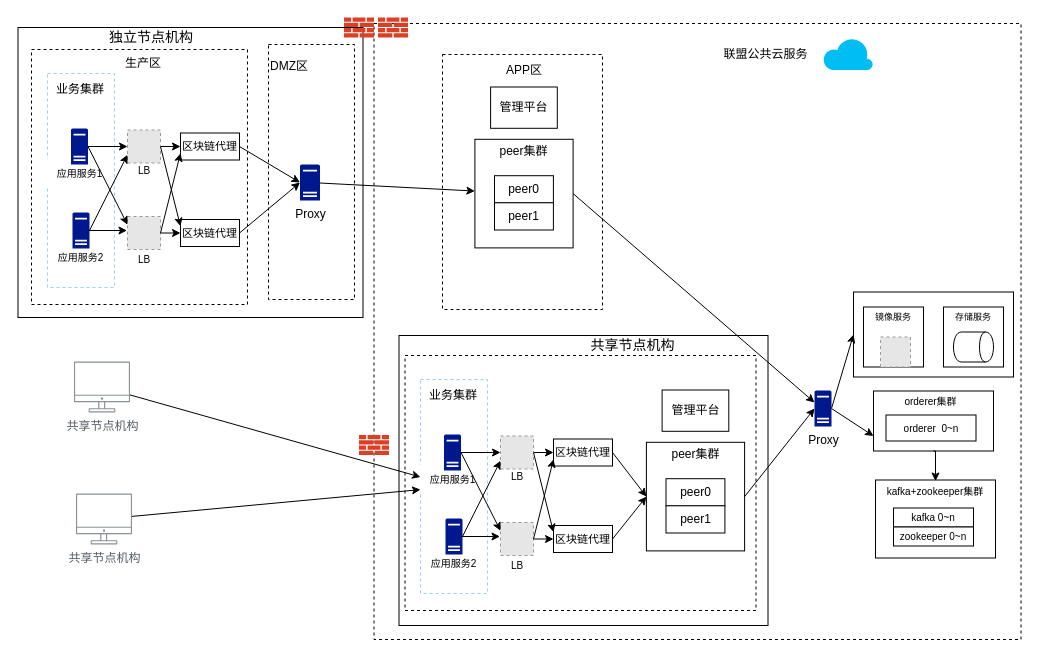
This is repository/drawio/系统关系图-ABS.drawio from dilide/collections, a draw.io file, before an edit. Source tidied: cells renumbered, new cells numbered last; positions are measured from the earlier drawing's top-left corner, leaving out a move shared by most shapes. Both pictures are drawn from the tidied source at 100%, with x=0, y=0 at pixel (18, 17). Pictures stored in the file or linked from it are replaced by grey dashed boxes.
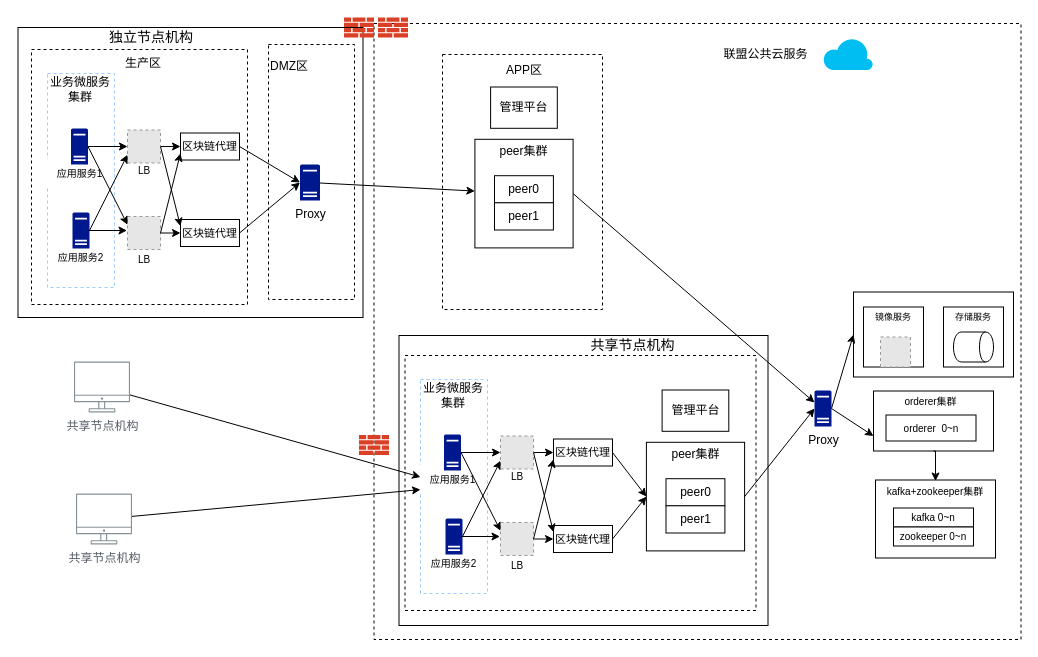
Above is the later version.

Commit message (it also covers changes not shown here):
更新系统关系图-ABS.drawio

Diff of the diagram source:
```diff
@@
-    <mxCell id="29" value="业务集群" style="rounded=1;whiteSpace=wrap;html=1;dashed=1;strokeColor=none;fillColor=none;" parent="1" vertex="1">
+    <mxCell id="29" value="业务微服务&lt;br&gt;集群" style="rounded=1;whiteSpace=wrap;html=1;dashed=1;strokeColor=none;fillColor=none;" parent="1" vertex="1">
       <mxGeometry x="22" y="62" width="80" height="20" as="geometry" />
     </mxCell>
@@
-    <mxCell id="68" value="业务集群" style="rounded=1;whiteSpace=wrap;html=1;dashed=1;strokeColor=none;fillColor=none;" parent="1" vertex="1">
+    <mxCell id="68" value="业务微服务&lt;br&gt;集群" style="rounded=1;whiteSpace=wrap;html=1;dashed=1;strokeColor=none;fillColor=none;" parent="1" vertex="1">
       <mxGeometry x="395" y="368" width="80" height="20" as="geometry" />
     </mxCell>
```
